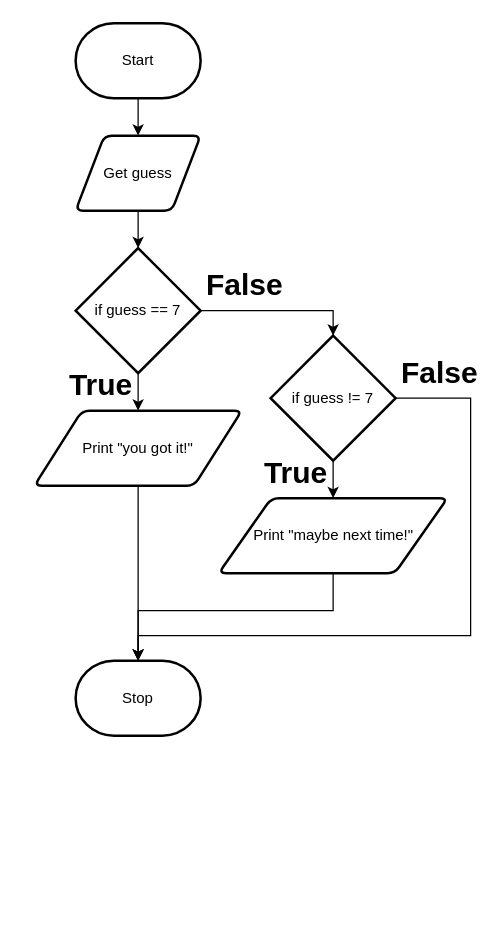
This is page "Flowchart" (1 of 2) of design.drawio from Samuel-Webster-178/ICS3U-Unit3-Unit3-02-Python, a draw.io file, before an edit. Source tidied: cells renumbered, new cells numbered last; positions are measured from the earlier drawing's top-left corner, leaving out a move shared by most shapes. Both pictures are drawn from the tidied source at 125%, with x=0, y=0 at pixel (34, 22).
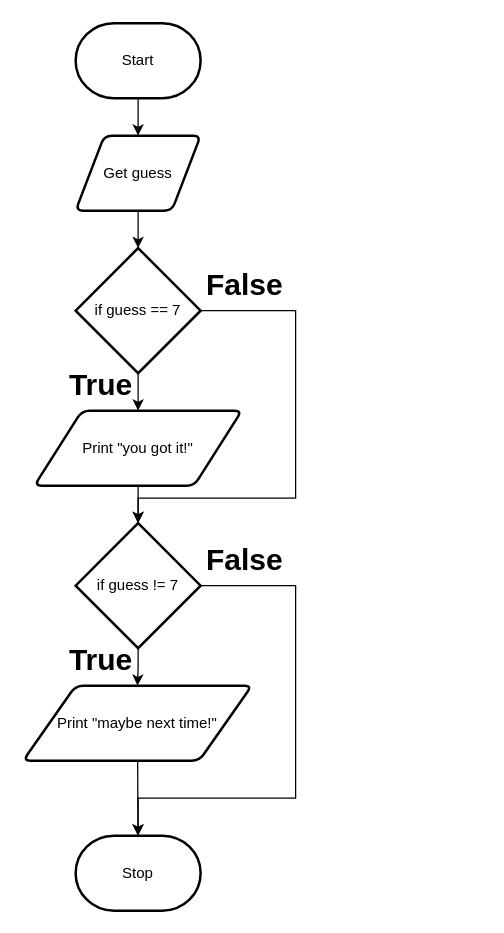
After the change.

The change refers to these unchanged cells:
```xml
<mxCell id="7" value="Print &quot;you got it!&quot;" style="shape=parallelogram;html=1;strokeWidth=2;perimeter=parallelogramPerimeter;whiteSpace=wrap;rounded=1;arcSize=12;size=0.23;" parent="1" vertex="1">
  <mxGeometry y="310" width="166" height="60" as="geometry" />
</mxCell>
<mxCell id="11" value="if guess == 7" style="strokeWidth=2;html=1;shape=mxgraph.flowchart.decision;whiteSpace=wrap;" parent="1" vertex="1">
  <mxGeometry x="33" y="180" width="100" height="100" as="geometry" />
</mxCell>
```

Change to the diagram source:
```diff
@@
-    <mxCell id="6" style="edgeStyle=none;html=1;" parent="1" edge="1" source="7" target="8">
-      <mxGeometry relative="1" as="geometry" />
-    </mxCell>
+    <mxCell id="21" style="edgeStyle=none;html=1;" parent="1" edge="1" source="7" target="16">
+      <mxGeometry relative="1" as="geometry" />
+    </mxCell>
@@
     <mxCell id="8" value="Stop" style="strokeWidth=2;html=1;shape=mxgraph.flowchart.terminator;whiteSpace=wrap;" parent="1" vertex="1">
-      <mxGeometry x="33" y="510" width="100" height="60" as="geometry" />
+      <mxGeometry x="33" y="650" width="100" height="60" as="geometry" />
     </mxCell>
@@
     <mxCell id="10" style="edgeStyle=orthogonalEdgeStyle;rounded=0;html=1;entryX=0.5;entryY=0;entryDx=0;entryDy=0;entryPerimeter=0;" parent="1" edge="1" source="11" target="16">
-      <mxGeometry relative="1" as="geometry" />
+      <mxGeometry relative="1" as="geometry">
+        <Array as="points">
+          <mxPoint x="209" y="230" />
+          <mxPoint x="209" y="380" />
+          <mxPoint x="83" y="380" />
+        </Array>
+      </mxGeometry>
     </mxCell>
@@
-    <mxCell id="15" style="edgeStyle=orthogonalEdgeStyle;rounded=0;html=1;entryX=0.5;entryY=0;entryDx=0;entryDy=0;entryPerimeter=0;" parent="1" edge="1" source="16" target="8">
+    <mxCell id="15" style="edgeStyle=orthogonalEdgeStyle;html=1;entryX=0.5;entryY=0;entryDx=0;entryDy=0;entryPerimeter=0;rounded=0;" parent="1" edge="1" source="16" target="8">
       <mxGeometry relative="1" as="geometry">
         <Array as="points">
-          <mxPoint x="349" y="300" />
-          <mxPoint x="349" y="490" />
-          <mxPoint x="83" y="490" />
+          <mxPoint x="209" y="450" />
+          <mxPoint x="209" y="620" />
+          <mxPoint x="83" y="620" />
         </Array>
       </mxGeometry>
     </mxCell>
     <mxCell id="16" value="if guess != 7" style="strokeWidth=2;html=1;shape=mxgraph.flowchart.decision;whiteSpace=wrap;" parent="1" vertex="1">
-      <mxGeometry x="189" y="250" width="100" height="100" as="geometry" />
+      <mxGeometry x="33" y="400" width="100" height="100" as="geometry" />
     </mxCell>
-    <mxCell id="17" style="edgeStyle=orthogonalEdgeStyle;rounded=0;html=1;entryX=0.5;entryY=0;entryDx=0;entryDy=0;entryPerimeter=0;" parent="1" edge="1" source="18" target="8">
-      <mxGeometry relative="1" as="geometry">
-        <Array as="points">
-          <mxPoint x="239" y="470" />
-          <mxPoint x="83" y="470" />
-        </Array>
-      </mxGeometry>
+    <mxCell id="17" style="edgeStyle=none;html=1;" parent="1" edge="1" source="18" target="8">
+      <mxGeometry relative="1" as="geometry" />
     </mxCell>
     <mxCell id="18" value="Print &quot;maybe next time!&quot;" style="shape=parallelogram;html=1;strokeWidth=2;perimeter=parallelogramPerimeter;whiteSpace=wrap;rounded=1;arcSize=12;size=0.23;" parent="1" vertex="1">
-      <mxGeometry x="147.5" y="380" width="183" height="60" as="geometry" />
+      <mxGeometry x="-9" y="530" width="183" height="60" as="geometry" />
     </mxCell>
     <mxCell id="19" value="True" style="text;strokeColor=none;fillColor=none;html=1;fontSize=24;fontStyle=1;verticalAlign=middle;align=center;" parent="1" vertex="1">
-      <mxGeometry x="179" y="350" width="60" height="20" as="geometry" />
+      <mxGeometry x="23" y="500" width="60" height="20" as="geometry" />
     </mxCell>
     <mxCell id="20" value="False" style="text;strokeColor=none;fillColor=none;html=1;fontSize=24;fontStyle=1;verticalAlign=middle;align=center;" parent="1" vertex="1">
-      <mxGeometry x="289" y="270" width="70" height="20" as="geometry" />
+      <mxGeometry x="133" y="420" width="70" height="20" as="geometry" />
     </mxCell>
```
